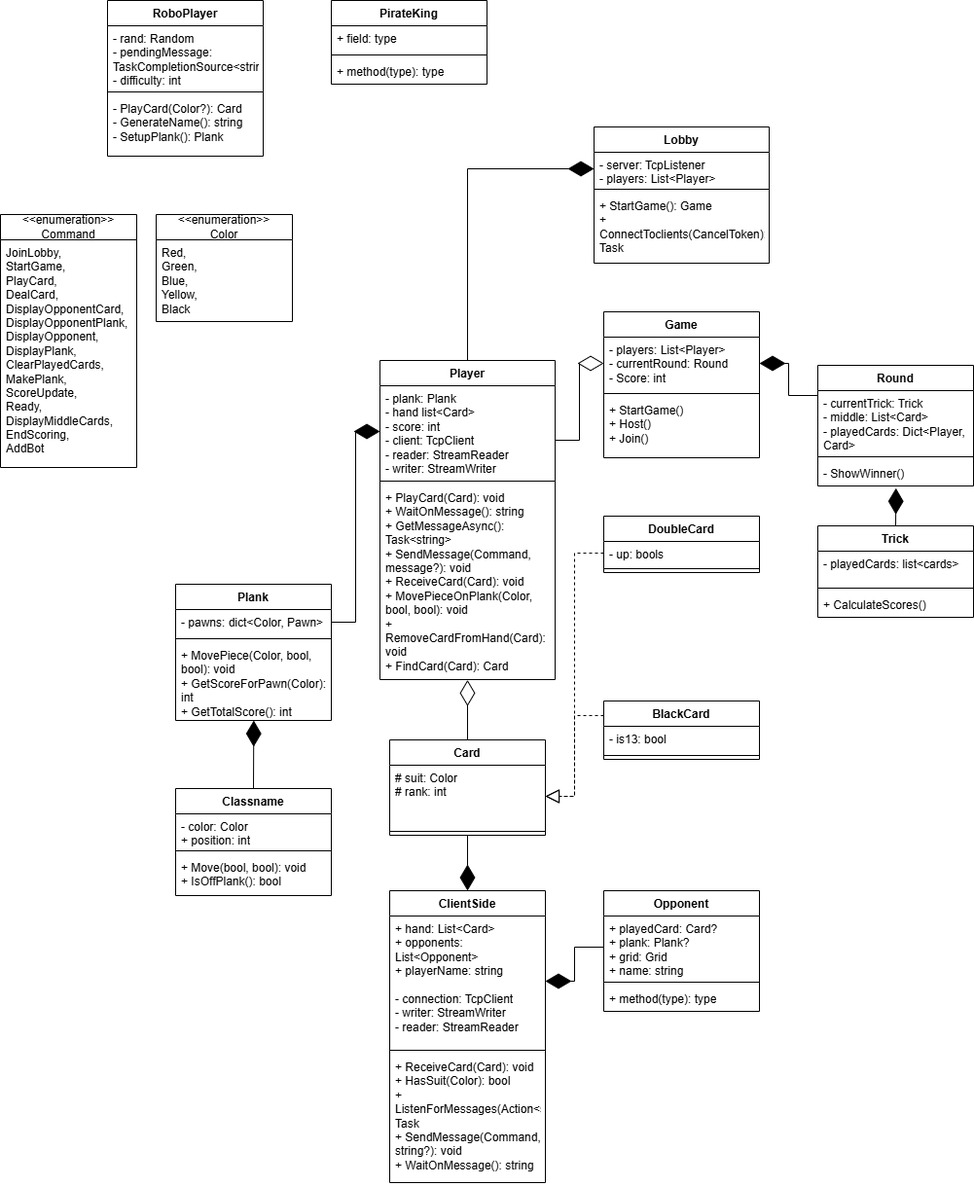
Above: README/SkullQueenClassDiagram.png in abelvandenbussche/SkullQueen (draw.io), before the change. Source tidied: cells renumbered, new cells last; positions are measured from the earlier drawing's top-left corner, leaving out a move shared by most shapes.
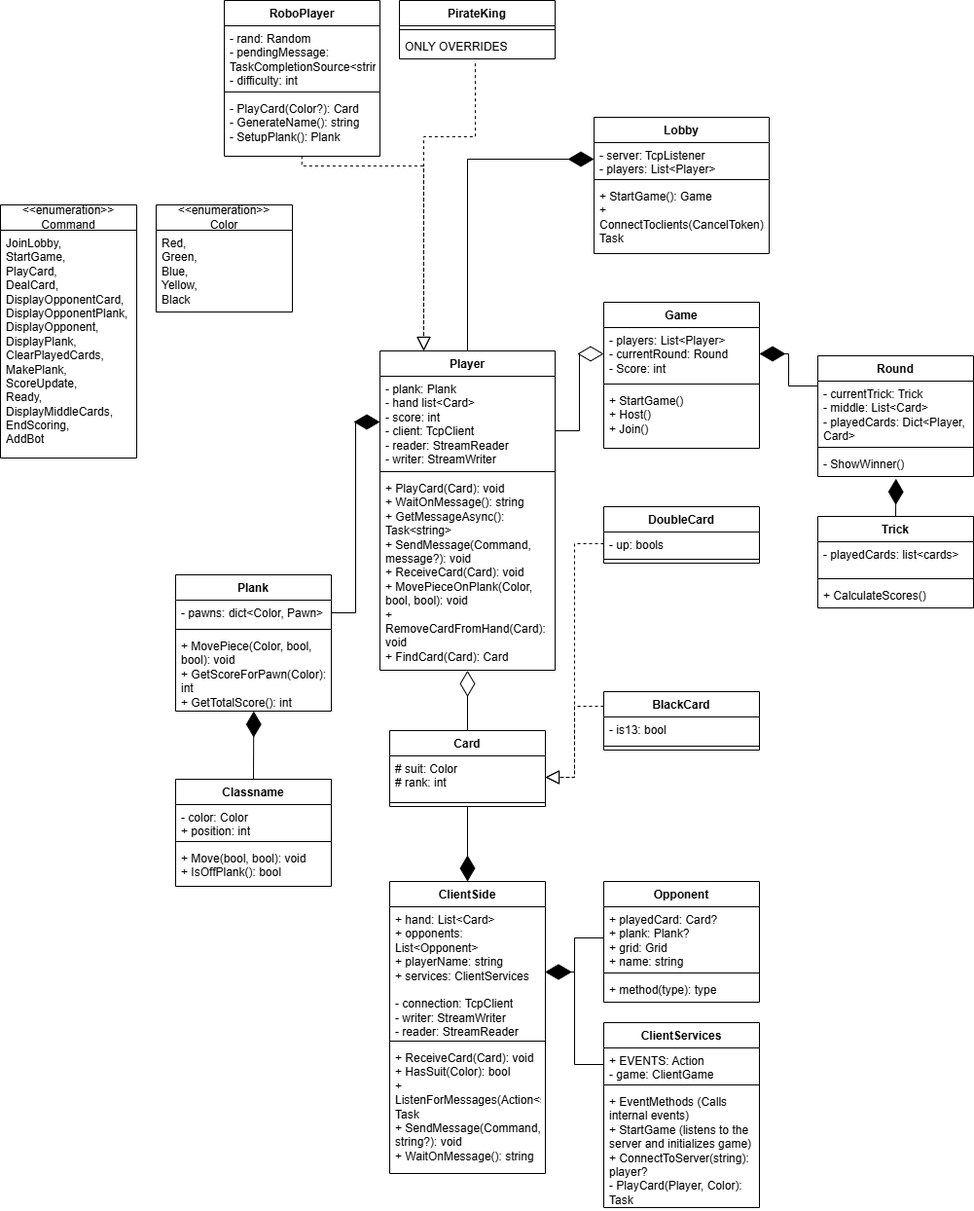
Above is the later version.

The edit, as a diff of the source:
```diff
@@ -39,13 +39,13 @@
       <mxGeometry y="128" width="180" height="200" as="geometry" />
     </mxCell>
     <mxCell id="14" value="Card" style="swimlane;fontStyle=1;align=center;verticalAlign=top;horizontal=1;startSize=26;whiteSpace=wrap;html=1;" parent="1" vertex="1">
-      <mxGeometry x="400" y="760" width="160" height="98" as="geometry" />
+      <mxGeometry x="400" y="760" width="160" height="78" as="geometry" />
     </mxCell>
     <mxCell id="15" value="# suit: Color&lt;div&gt;# rank: int&lt;/div&gt;" style="text;strokeColor=none;fillColor=none;align=left;verticalAlign=top;spacingLeft=4;spacingRight=4;overflow=hidden;points=[[0,0.5],[1,0.5]];portConstraint=eastwest;whiteSpace=wrap;html=1;" parent="14" vertex="1">
-      <mxGeometry y="26" width="160" height="64" as="geometry" />
+      <mxGeometry y="26" width="160" height="44" as="geometry" />
     </mxCell>
     <mxCell id="16" style="line;strokeWidth=1;fillColor=none;align=left;verticalAlign=middle;spacingTop=-1;spacingLeft=3;spacingRight=3;labelPosition=right;strokeColor=inherit;" parent="14" vertex="1">
-      <mxGeometry y="90" width="160" height="8" as="geometry" />
+      <mxGeometry y="70" width="160" height="8" as="geometry" />
     </mxCell>
     <mxCell id="17" value="DoubleCard&lt;div&gt;&lt;br&gt;&lt;/div&gt;" style="swimlane;fontStyle=1;align=center;verticalAlign=top;horizontal=1;startSize=26;whiteSpace=wrap;html=1;" parent="1" vertex="1">
       <mxGeometry x="620" y="530" width="160" height="58" as="geometry" />
@@ -122,7 +122,7 @@
     <mxCell id="41" value="ClientSide" style="swimlane;fontStyle=1;align=center;verticalAlign=top;horizontal=1;startSize=26;whiteSpace=wrap;html=1;" parent="1" vertex="1">
       <mxGeometry x="400" y="915" width="160" height="300" as="geometry" />
     </mxCell>
-    <mxCell id="42" value="+ hand: List&amp;lt;Card&amp;gt;&lt;div&gt;+ opponents: List&amp;lt;Opponent&amp;gt;&lt;/div&gt;&lt;div&gt;+ playerName: string&lt;/div&gt;&lt;div&gt;&lt;br&gt;&lt;/div&gt;&lt;div&gt;- connection: TcpClient&lt;/div&gt;&lt;div&gt;- writer: StreamWriter&lt;/div&gt;&lt;div&gt;- reader: StreamReader&lt;/div&gt;" style="text;strokeColor=none;fillColor=none;align=left;verticalAlign=top;spacingLeft=4;spacingRight=4;overflow=hidden;points=[[0,0.5],[1,0.5]];portConstraint=eastwest;whiteSpace=wrap;html=1;" parent="41" vertex="1">
+    <mxCell id="42" value="+ hand: List&amp;lt;Card&amp;gt;&lt;div&gt;+ opponents: List&amp;lt;Opponent&amp;gt;&lt;/div&gt;&lt;div&gt;+ playerName: string&lt;/div&gt;&lt;div&gt;+ services: ClientServices&lt;/div&gt;&lt;div&gt;&lt;br&gt;&lt;/div&gt;&lt;div&gt;- connection: TcpClient&lt;/div&gt;&lt;div&gt;- writer: StreamWriter&lt;/div&gt;&lt;div&gt;- reader: StreamReader&lt;/div&gt;" style="text;strokeColor=none;fillColor=none;align=left;verticalAlign=top;spacingLeft=4;spacingRight=4;overflow=hidden;points=[[0,0.5],[1,0.5]];portConstraint=eastwest;whiteSpace=wrap;html=1;" parent="41" vertex="1">
       <mxGeometry y="26" width="160" height="134" as="geometry" />
     </mxCell>
     <mxCell id="43" style="line;strokeWidth=1;fillColor=none;align=left;verticalAlign=middle;spacingTop=-1;spacingLeft=3;spacingRight=3;labelPosition=right;strokeColor=inherit;" parent="41" vertex="1">
@@ -183,7 +183,7 @@
       <mxGeometry y="68" width="160" height="42" as="geometry" />
     </mxCell>
     <mxCell id="62" value="RoboPlayer" style="swimlane;fontStyle=1;align=center;verticalAlign=top;horizontal=1;startSize=26;whiteSpace=wrap;html=1;" parent="1" vertex="1">
-      <mxGeometry x="110" width="160" height="160" as="geometry" />
+      <mxGeometry x="230" y="10" width="160" height="160" as="geometry" />
     </mxCell>
     <mxCell id="63" value="- rand: Random&lt;div&gt;- pendingMessage: TaskCompletionSource&amp;lt;string&amp;gt;&lt;/div&gt;&lt;div&gt;- difficulty: int&lt;/div&gt;" style="text;strokeColor=none;fillColor=none;align=left;verticalAlign=top;spacingLeft=4;spacingRight=4;overflow=hidden;whiteSpace=wrap;html=1;" parent="62" vertex="1">
       <mxGeometry y="26" width="160" height="64" as="geometry" />
@@ -195,16 +195,44 @@
       <mxGeometry y="98" width="160" height="62" as="geometry" />
     </mxCell>
     <mxCell id="66" value="PirateKing" style="swimlane;fontStyle=1;align=center;verticalAlign=top;horizontal=1;startSize=26;whiteSpace=wrap;html=1;" parent="1" vertex="1">
-      <mxGeometry x="340" width="160" height="86" as="geometry" />
+      <mxGeometry x="410" y="10" width="160" height="60" as="geometry" />
     </mxCell>
-    <mxCell id="67" value="+ field: type" style="text;strokeColor=none;fillColor=none;align=left;verticalAlign=top;spacingLeft=4;spacingRight=4;overflow=hidden;whiteSpace=wrap;html=1;" parent="66" vertex="1">
-      <mxGeometry y="26" width="160" height="26" as="geometry" />
-    </mxCell>
     <mxCell id="68" style="line;strokeWidth=1;fillColor=none;align=left;verticalAlign=middle;spacingTop=-1;spacingLeft=3;spacingRight=3;labelPosition=right;strokeColor=inherit;" parent="66" vertex="1">
-      <mxGeometry y="52" width="160" height="8" as="geometry" />
+      <mxGeometry y="26" width="160" height="8" as="geometry" />
     </mxCell>
-    <mxCell id="69" value="+ method(type): type" style="text;strokeColor=none;fillColor=none;align=left;verticalAlign=top;spacingLeft=4;spacingRight=4;overflow=hidden;points=[[0,0.5],[1,0.5]];portConstraint=eastwest;whiteSpace=wrap;html=1;" parent="66" vertex="1">
-      <mxGeometry y="60" width="160" height="26" as="geometry" />
+    <mxCell id="69" value="ONLY OVERRIDES" style="text;strokeColor=none;fillColor=none;align=left;verticalAlign=top;spacingLeft=4;spacingRight=4;overflow=hidden;points=[[0,0.5],[1,0.5]];portConstraint=eastwest;whiteSpace=wrap;html=1;" parent="66" vertex="1">
+      <mxGeometry y="34" width="160" height="26" as="geometry" />
     </mxCell>
+    <mxCell id="70" style="endArrow=block;dashed=1;endFill=0;endSize=12;html=1;rounded=0;entryX=0.25;entryY=0;entryDx=0;entryDy=0;edgeStyle=orthogonalEdgeStyle;exitX=0.499;exitY=0.995;exitDx=0;exitDy=0;exitPerimeter=0;" parent="1" edge="1" source="65" target="10">
+      <mxGeometry relative="1" as="geometry">
+        <Array as="points">
+          <mxPoint x="310" y="180" />
+          <mxPoint x="435" y="180" />
+        </Array>
+      </mxGeometry>
+    </mxCell>
+    <mxCell id="71" style="endArrow=block;dashed=1;endFill=0;endSize=12;html=1;rounded=0;exitX=0.487;exitY=1.18;exitDx=0;exitDy=0;exitPerimeter=0;entryX=0.25;entryY=0;entryDx=0;entryDy=0;edgeStyle=orthogonalEdgeStyle;" parent="1" edge="1" source="69" target="10">
+      <mxGeometry relative="1" as="geometry">
+        <Array as="points">
+          <mxPoint x="488" y="150" />
+          <mxPoint x="435" y="150" />
+        </Array>
+      </mxGeometry>
+    </mxCell>
+    <mxCell id="72" value="ClientServices" style="swimlane;fontStyle=1;align=center;verticalAlign=top;horizontal=1;startSize=26;whiteSpace=wrap;html=1;" parent="1" vertex="1">
+      <mxGeometry x="620" y="1060" width="160" height="190" as="geometry" />
+    </mxCell>
+    <mxCell id="73" value="+ EVENTS: Action&lt;div&gt;- game: ClientGame&lt;br&gt;&lt;div&gt;&lt;br&gt;&lt;/div&gt;&lt;/div&gt;" style="text;strokeColor=none;fillColor=none;align=left;verticalAlign=top;spacingLeft=4;spacingRight=4;overflow=hidden;points=[[0,0.5],[1,0.5]];portConstraint=eastwest;whiteSpace=wrap;html=1;" parent="72" vertex="1">
+      <mxGeometry y="26" width="160" height="34" as="geometry" />
+    </mxCell>
+    <mxCell id="74" style="line;strokeWidth=1;fillColor=none;align=left;verticalAlign=middle;spacingTop=-1;spacingLeft=3;spacingRight=3;labelPosition=right;strokeColor=inherit;" parent="72" vertex="1">
+      <mxGeometry y="60" width="160" height="8" as="geometry" />
+    </mxCell>
+    <mxCell id="75" value="+ EventMethods (Calls internal events)&lt;div&gt;+ StartGame (listens to the server and initializes game)&lt;/div&gt;&lt;div&gt;+ ConnectToServer(string): player?&lt;/div&gt;&lt;div&gt;- PlayCard(Player, Color): Task&lt;/div&gt;" style="text;strokeColor=none;fillColor=none;align=left;verticalAlign=top;spacingLeft=4;spacingRight=4;overflow=hidden;whiteSpace=wrap;html=1;" parent="72" vertex="1">
+      <mxGeometry y="68" width="160" height="122" as="geometry" />
+    </mxCell>
+    <mxCell id="76" style="endArrow=diamondThin;endFill=1;endSize=24;html=1;rounded=0;exitX=0;exitY=0.5;exitDx=0;exitDy=0;entryX=1;entryY=0.5;entryDx=0;entryDy=0;edgeStyle=orthogonalEdgeStyle;" parent="1" edge="1" source="73" target="42">
+      <mxGeometry relative="1" as="geometry" />
+    </mxCell>
   </root>
 </mxGraphModel>
```
